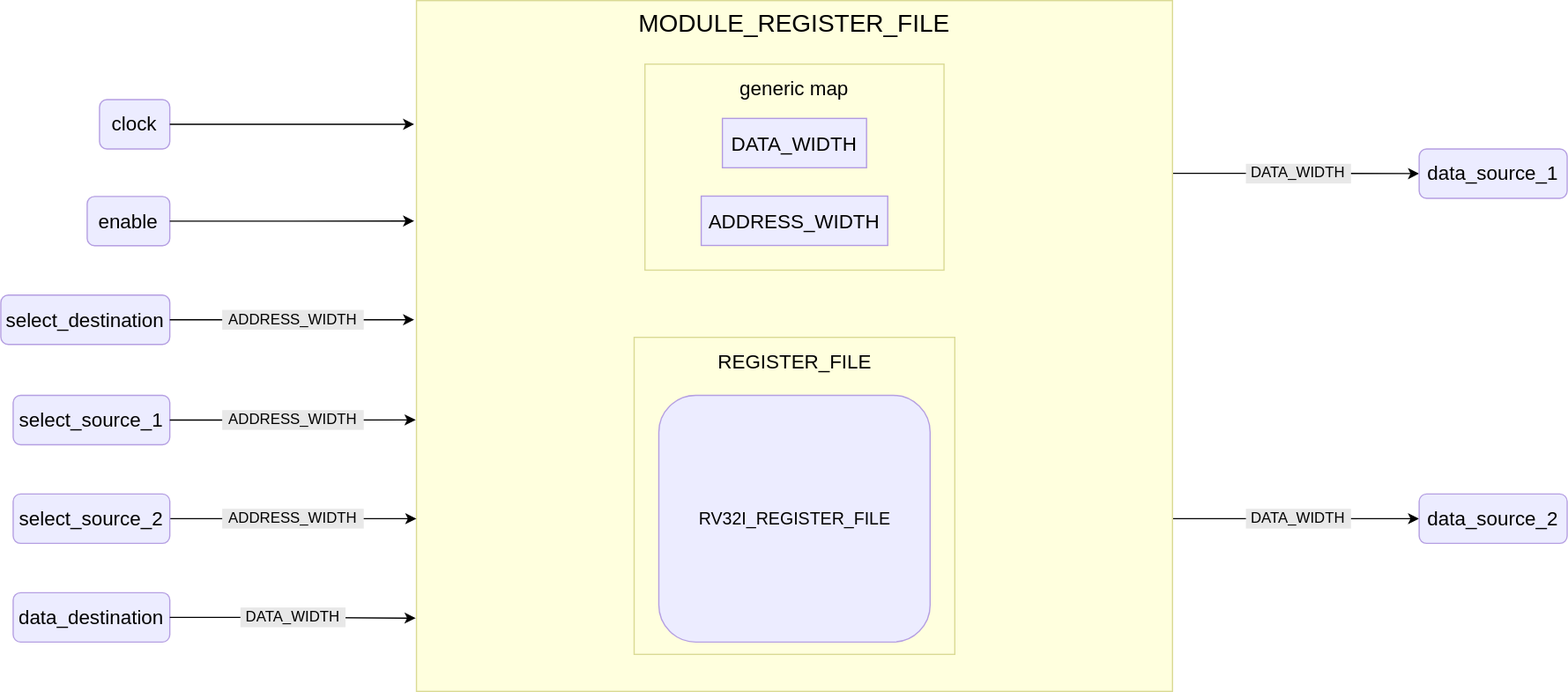
This is docs/public/images/reference/report_components/module_register_file.drawio.svg from insper-riscv/core, a draw.io export, as it was before one commit. Source tidied: cells renumbered, new cells last; positions are measured from the earlier drawing's top-left corner, leaving out a move shared by most shapes. Source of this version:
```xml
<mxGraphModel>
  <root>
    <mxCell id="0" />
    <mxCell id="1" parent="0" />
    <mxCell id="2" style="edgeStyle=orthogonalEdgeStyle;rounded=0;jettySize=auto;html=1;entryX=0;entryY=0.5;entryDx=0;entryDy=0;exitX=1;exitY=0.25;exitDx=0;exitDy=0;" parent="1" edge="1" source="4" target="7">
      <mxGeometry relative="1" as="geometry" />
    </mxCell>
    <mxCell id="3" style="edgeStyle=orthogonalEdgeStyle;rounded=0;jettySize=auto;html=1;entryX=0;entryY=0.5;entryDx=0;entryDy=0;exitX=1;exitY=0.75;exitDx=0;exitDy=0;" parent="1" edge="1" source="4" target="24">
      <mxGeometry relative="1" as="geometry" />
    </mxCell>
    <mxCell id="4" value="MODULE_REGISTER_FILE" style="rounded=0;whiteSpace=wrap;html=1;fillColor=#ffffde;strokeColor=#dada94;verticalAlign=top;fontSize=20;" parent="1" vertex="1">
      <mxGeometry x="337" width="613" height="560" as="geometry" />
    </mxCell>
    <mxCell id="5" value="&lt;span style=&quot;font-size: 16px;&quot;&gt;generic map&lt;/span&gt;" style="rounded=0;whiteSpace=wrap;html=1;fillColor=#ffffde;strokeColor=#dada94;verticalAlign=top;fontSize=20;" parent="1" vertex="1">
      <mxGeometry x="522.2" y="51.5" width="242.5" height="167" as="geometry" />
    </mxCell>
    <mxCell id="6" value="DATA_WIDTH" style="rounded=0;whiteSpace=wrap;html=1;fillColor=#ececff;strokeColor=#b29ae1;fontSize=16;" parent="1" vertex="1">
      <mxGeometry x="585.1" y="95.5" width="116.9" height="40" as="geometry" />
    </mxCell>
    <mxCell id="7" value="data_source_1" style="rounded=1;whiteSpace=wrap;html=1;fillColor=#ececff;strokeColor=#b59fe2;fontSize=16;" parent="1" vertex="1">
      <mxGeometry x="1150" y="120.2" width="120" height="40" as="geometry" />
    </mxCell>
    <mxCell id="8" value="ADDRESS_WIDTH" style="rounded=0;whiteSpace=wrap;html=1;fillColor=#ececff;strokeColor=#b29ae1;fontSize=16;" parent="1" vertex="1">
      <mxGeometry x="567.9" y="158.5" width="151.2" height="40" as="geometry" />
    </mxCell>
    <mxCell id="9" value="&lt;span style=&quot;font-size: 16px;&quot;&gt;REGISTER_FILE&lt;/span&gt;" style="rounded=0;whiteSpace=wrap;html=1;fillColor=#ffffde;strokeColor=#dada94;verticalAlign=top;fontSize=20;" parent="1" vertex="1">
      <mxGeometry x="513.5" y="273" width="260" height="257" as="geometry" />
    </mxCell>
    <mxCell id="10" value="RV32I_REGISTER_FILE" style="rounded=1;whiteSpace=wrap;html=1;fillColor=#ececff;strokeColor=#b59fe2;fontSize=14;" parent="1" vertex="1">
      <mxGeometry x="533.5" y="320" width="220" height="200" as="geometry" />
    </mxCell>
    <mxCell id="11" value="DATA_WIDTH" style="rounded=0;whiteSpace=wrap;html=1;fillColor=#e8e8e8;strokeColor=#e8e8e8;" parent="1" vertex="1">
      <mxGeometry x="1010" y="132.8" width="84.2" height="15" as="geometry" />
    </mxCell>
    <mxCell id="12" value="clock" style="rounded=1;whiteSpace=wrap;html=1;fillColor=#ececff;strokeColor=#b59fe2;fontSize=16;" parent="1" vertex="1">
      <mxGeometry x="80" y="80.2" width="57" height="40" as="geometry" />
    </mxCell>
    <mxCell id="13" value="enable" style="rounded=1;whiteSpace=wrap;html=1;fillColor=#ececff;strokeColor=#b59fe2;fontSize=16;" parent="1" vertex="1">
      <mxGeometry x="70" y="158.8" width="67" height="40" as="geometry" />
    </mxCell>
    <mxCell id="14" value="select_destination" style="rounded=1;whiteSpace=wrap;html=1;fillColor=#ececff;strokeColor=#b59fe2;fontSize=16;" parent="1" vertex="1">
      <mxGeometry y="238.8" width="137" height="40" as="geometry" />
    </mxCell>
    <mxCell id="15" value="select_source_1" style="rounded=1;whiteSpace=wrap;html=1;fillColor=#ececff;strokeColor=#b59fe2;fontSize=16;" parent="1" vertex="1">
      <mxGeometry x="10" y="320" width="127" height="40" as="geometry" />
    </mxCell>
    <mxCell id="16" style="edgeStyle=orthogonalEdgeStyle;rounded=0;jettySize=auto;html=1;entryX=0;entryY=0.75;entryDx=0;entryDy=0;" parent="1" edge="1" source="17" target="4">
      <mxGeometry relative="1" as="geometry" />
    </mxCell>
    <mxCell id="17" value="select_source_2" style="rounded=1;whiteSpace=wrap;html=1;fillColor=#ececff;strokeColor=#b59fe2;fontSize=16;" parent="1" vertex="1">
      <mxGeometry x="10" y="400" width="127" height="40" as="geometry" />
    </mxCell>
    <mxCell id="18" value="data_destination" style="rounded=1;whiteSpace=wrap;html=1;fillColor=#ececff;strokeColor=#b59fe2;fontSize=16;" parent="1" vertex="1">
      <mxGeometry x="10" y="480" width="127" height="40" as="geometry" />
    </mxCell>
    <mxCell id="19" style="edgeStyle=orthogonalEdgeStyle;rounded=0;jettySize=auto;html=1;entryX=-0.003;entryY=0.179;entryDx=0;entryDy=0;entryPerimeter=0;" parent="1" edge="1" source="12" target="4">
      <mxGeometry relative="1" as="geometry" />
    </mxCell>
    <mxCell id="20" style="edgeStyle=orthogonalEdgeStyle;rounded=0;jettySize=auto;html=1;entryX=-0.003;entryY=0.319;entryDx=0;entryDy=0;entryPerimeter=0;" parent="1" edge="1" source="13" target="4">
      <mxGeometry relative="1" as="geometry" />
    </mxCell>
    <mxCell id="21" style="edgeStyle=orthogonalEdgeStyle;rounded=0;jettySize=auto;html=1;entryX=-0.003;entryY=0.462;entryDx=0;entryDy=0;entryPerimeter=0;" parent="1" edge="1" source="14" target="4">
      <mxGeometry relative="1" as="geometry" />
    </mxCell>
    <mxCell id="22" style="edgeStyle=orthogonalEdgeStyle;rounded=0;jettySize=auto;html=1;entryX=-0.001;entryY=0.607;entryDx=0;entryDy=0;entryPerimeter=0;" parent="1" edge="1" source="15" target="4">
      <mxGeometry relative="1" as="geometry" />
    </mxCell>
    <mxCell id="23" style="edgeStyle=orthogonalEdgeStyle;rounded=0;jettySize=auto;html=1;entryX=-0.001;entryY=0.894;entryDx=0;entryDy=0;entryPerimeter=0;" parent="1" edge="1" source="18" target="4">
      <mxGeometry relative="1" as="geometry" />
    </mxCell>
    <mxCell id="24" value="data_source_2" style="rounded=1;whiteSpace=wrap;html=1;fillColor=#ececff;strokeColor=#b59fe2;fontSize=16;" parent="1" vertex="1">
      <mxGeometry x="1150" y="400" width="120" height="40" as="geometry" />
    </mxCell>
    <mxCell id="25" value="DATA_WIDTH" style="rounded=0;whiteSpace=wrap;html=1;fillColor=#e8e8e8;strokeColor=#e8e8e8;" parent="1" vertex="1">
      <mxGeometry x="1010" y="412.5" width="84.2" height="15" as="geometry" />
    </mxCell>
    <mxCell id="26" value="ADDRESS_WIDTH" style="rounded=0;whiteSpace=wrap;html=1;fillColor=#e8e8e8;strokeColor=#e8e8e8;" parent="1" vertex="1">
      <mxGeometry x="180" y="251.2" width="113.8" height="15" as="geometry" />
    </mxCell>
    <mxCell id="27" value="ADDRESS_WIDTH" style="rounded=0;whiteSpace=wrap;html=1;fillColor=#e8e8e8;strokeColor=#e8e8e8;" parent="1" vertex="1">
      <mxGeometry x="180" y="332.5" width="113.8" height="15" as="geometry" />
    </mxCell>
    <mxCell id="28" value="ADDRESS_WIDTH" style="rounded=0;whiteSpace=wrap;html=1;fillColor=#e8e8e8;strokeColor=#e8e8e8;" parent="1" vertex="1">
      <mxGeometry x="180" y="412.5" width="113.8" height="15" as="geometry" />
    </mxCell>
    <mxCell id="29" value="DATA_WIDTH" style="rounded=0;whiteSpace=wrap;html=1;fillColor=#e8e8e8;strokeColor=#e8e8e8;" parent="1" vertex="1">
      <mxGeometry x="194.8" y="492.5" width="84.2" height="15" as="geometry" />
    </mxCell>
  </root>
</mxGraphModel>
```
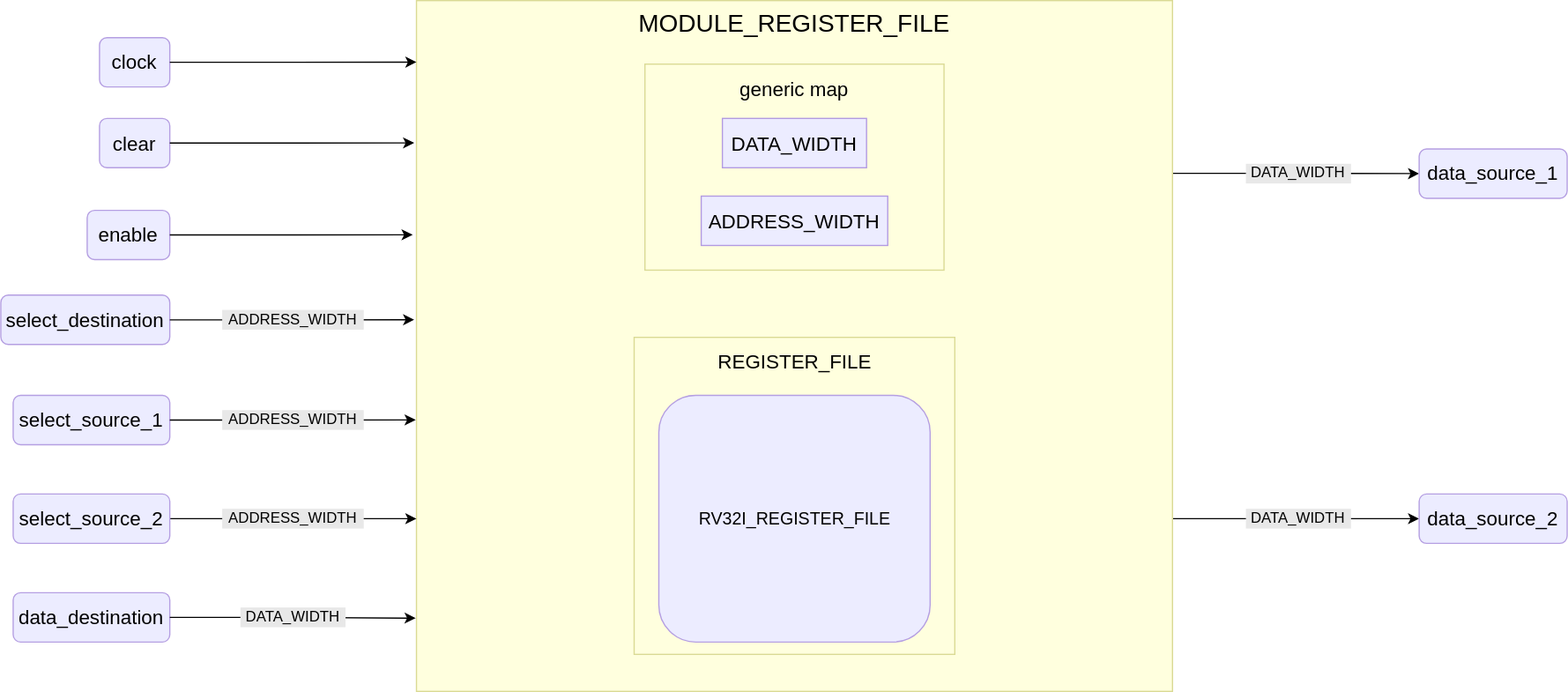
After the commit.

Change to the diagram source:
```diff
@@ -33,10 +33,10 @@
       <mxGeometry x="1010" y="132.8" width="84.2" height="15" as="geometry" />
     </mxCell>
     <mxCell id="12" value="clock" style="rounded=1;whiteSpace=wrap;html=1;fillColor=#ececff;strokeColor=#b59fe2;fontSize=16;" parent="1" vertex="1">
-      <mxGeometry x="80" y="80.2" width="57" height="40" as="geometry" />
+      <mxGeometry x="80" y="30" width="57" height="40" as="geometry" />
     </mxCell>
     <mxCell id="13" value="enable" style="rounded=1;whiteSpace=wrap;html=1;fillColor=#ececff;strokeColor=#b59fe2;fontSize=16;" parent="1" vertex="1">
-      <mxGeometry x="70" y="158.8" width="67" height="40" as="geometry" />
+      <mxGeometry x="70" y="170" width="67" height="40" as="geometry" />
     </mxCell>
     <mxCell id="14" value="select_destination" style="rounded=1;whiteSpace=wrap;html=1;fillColor=#ececff;strokeColor=#b59fe2;fontSize=16;" parent="1" vertex="1">
       <mxGeometry y="238.8" width="137" height="40" as="geometry" />
@@ -53,10 +53,10 @@
     <mxCell id="18" value="data_destination" style="rounded=1;whiteSpace=wrap;html=1;fillColor=#ececff;strokeColor=#b59fe2;fontSize=16;" parent="1" vertex="1">
       <mxGeometry x="10" y="480" width="127" height="40" as="geometry" />
     </mxCell>
-    <mxCell id="19" style="edgeStyle=orthogonalEdgeStyle;rounded=0;jettySize=auto;html=1;entryX=-0.003;entryY=0.179;entryDx=0;entryDy=0;entryPerimeter=0;" parent="1" edge="1" source="12" target="4">
+    <mxCell id="19" style="edgeStyle=orthogonalEdgeStyle;rounded=0;jettySize=auto;html=1;entryX=0;entryY=0.089;entryDx=0;entryDy=0;entryPerimeter=0;" parent="1" edge="1" source="12" target="4">
       <mxGeometry relative="1" as="geometry" />
     </mxCell>
-    <mxCell id="20" style="edgeStyle=orthogonalEdgeStyle;rounded=0;jettySize=auto;html=1;entryX=-0.003;entryY=0.319;entryDx=0;entryDy=0;entryPerimeter=0;" parent="1" edge="1" source="13" target="4">
+    <mxCell id="20" style="edgeStyle=orthogonalEdgeStyle;rounded=0;jettySize=auto;html=1;entryX=-0.005;entryY=0.339;entryDx=0;entryDy=0;entryPerimeter=0;" parent="1" edge="1" source="13" target="4">
       <mxGeometry relative="1" as="geometry" />
     </mxCell>
     <mxCell id="21" style="edgeStyle=orthogonalEdgeStyle;rounded=0;jettySize=auto;html=1;entryX=-0.003;entryY=0.462;entryDx=0;entryDy=0;entryPerimeter=0;" parent="1" edge="1" source="14" target="4">
@@ -86,5 +86,11 @@
     <mxCell id="29" value="DATA_WIDTH" style="rounded=0;whiteSpace=wrap;html=1;fillColor=#e8e8e8;strokeColor=#e8e8e8;" parent="1" vertex="1">
       <mxGeometry x="194.8" y="492.5" width="84.2" height="15" as="geometry" />
     </mxCell>
+    <mxCell id="30" value="clear" style="rounded=1;whiteSpace=wrap;html=1;fillColor=#ececff;strokeColor=#b59fe2;fontSize=16;" parent="1" vertex="1">
+      <mxGeometry x="80" y="95.5" width="57" height="40" as="geometry" />
+    </mxCell>
+    <mxCell id="31" style="edgeStyle=orthogonalEdgeStyle;rounded=0;jettySize=auto;html=1;entryX=-0.003;entryY=0.206;entryDx=0;entryDy=0;entryPerimeter=0;" parent="1" edge="1" source="30" target="4">
+      <mxGeometry relative="1" as="geometry" />
+    </mxCell>
   </root>
 </mxGraphModel>
```
